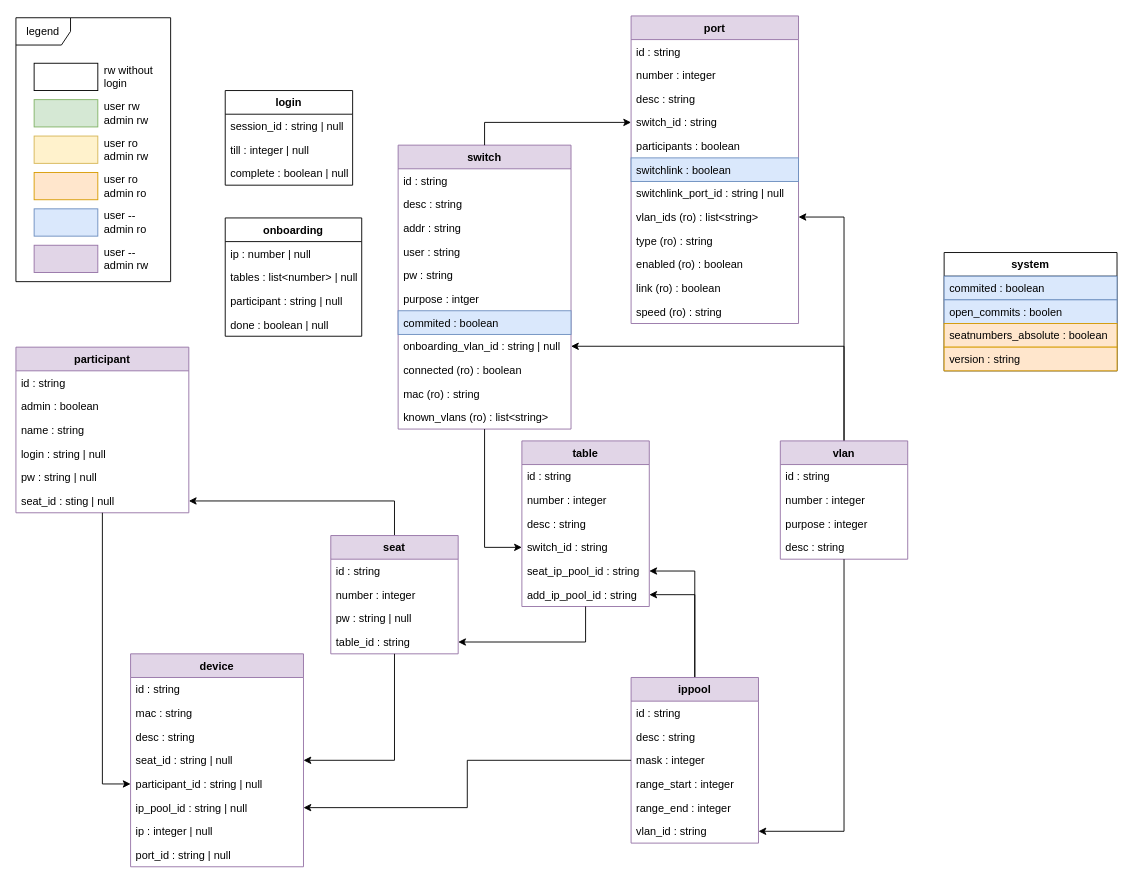
Before: docs/api.drawio in nils-ost/LanPartyOnboardingSystem, a draw.io diagram. Source tidied: cells renumbered, new cells numbered last; positions are measured from the earlier drawing's top-left corner, leaving out a move shared by most shapes. Both pictures are drawn from the tidied source at 91%, with x=0, y=0 at pixel (15, 15).
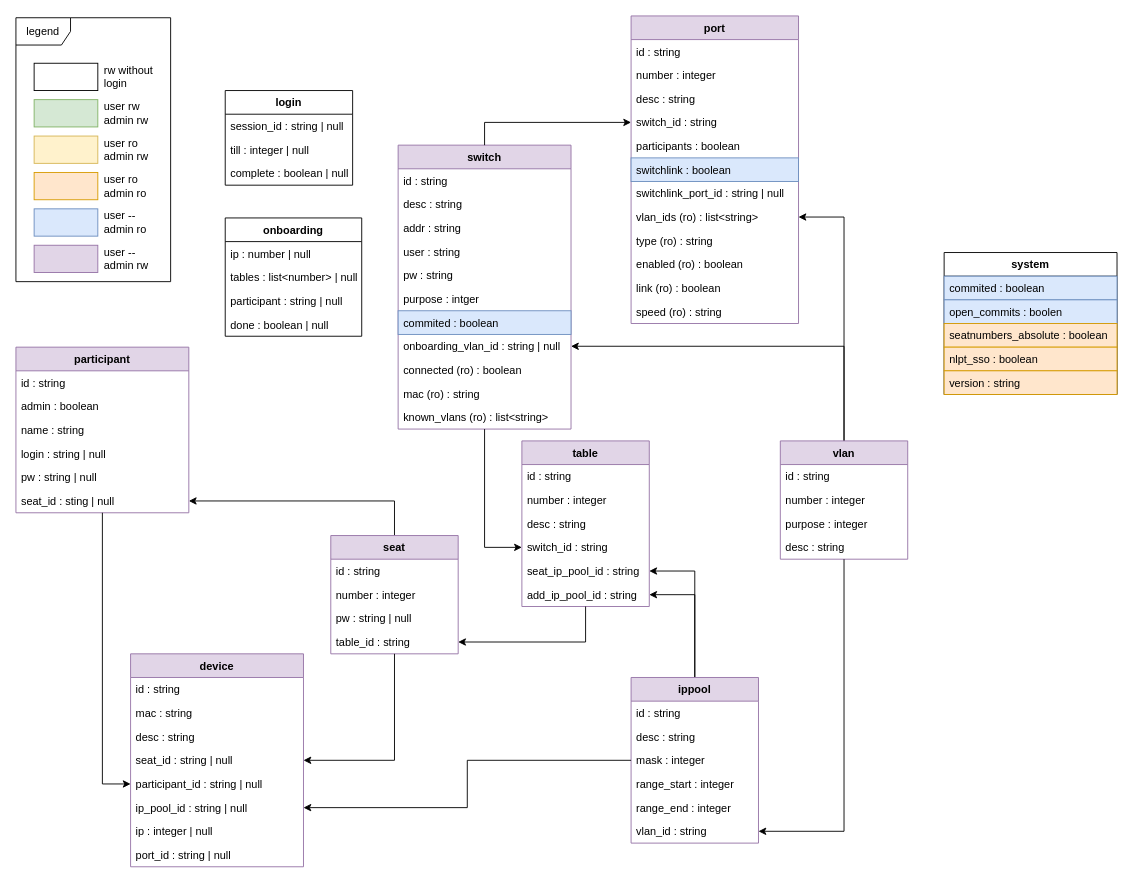
The same page after the edit.

Commit message (it also covers changes not shown here):
backend is now capable of doing a nlpt-sso onboarding

What changed in the source:
```diff
@@
     <mxCell id="83" value="system" style="swimlane;fontStyle=1;horizontal=1;startSize=26;fillColor=none;" parent="1" vertex="1">
-      <mxGeometry x="1020" y="260" width="190" height="130" as="geometry" />
+      <mxGeometry x="1020" y="260" width="190" height="156" as="geometry" />
     </mxCell>
@@
+    <mxCell id="101" value="nlpt_sso : boolean" style="text;strokeColor=#d79b00;fillColor=#ffe6cc;align=left;verticalAlign=top;spacingLeft=4;spacingRight=4;overflow=hidden;" parent="83" vertex="1">
+      <mxGeometry y="104" width="190" height="26" as="geometry" />
+    </mxCell>
     <mxCell id="87" value="version : string" style="text;strokeColor=#d79b00;fillColor=#ffe6cc;align=left;verticalAlign=top;spacingLeft=4;spacingRight=4;overflow=hidden;" parent="83" vertex="1">
-      <mxGeometry y="104" width="190" height="26" as="geometry" />
+      <mxGeometry y="130" width="190" height="26" as="geometry" />
     </mxCell>
```
